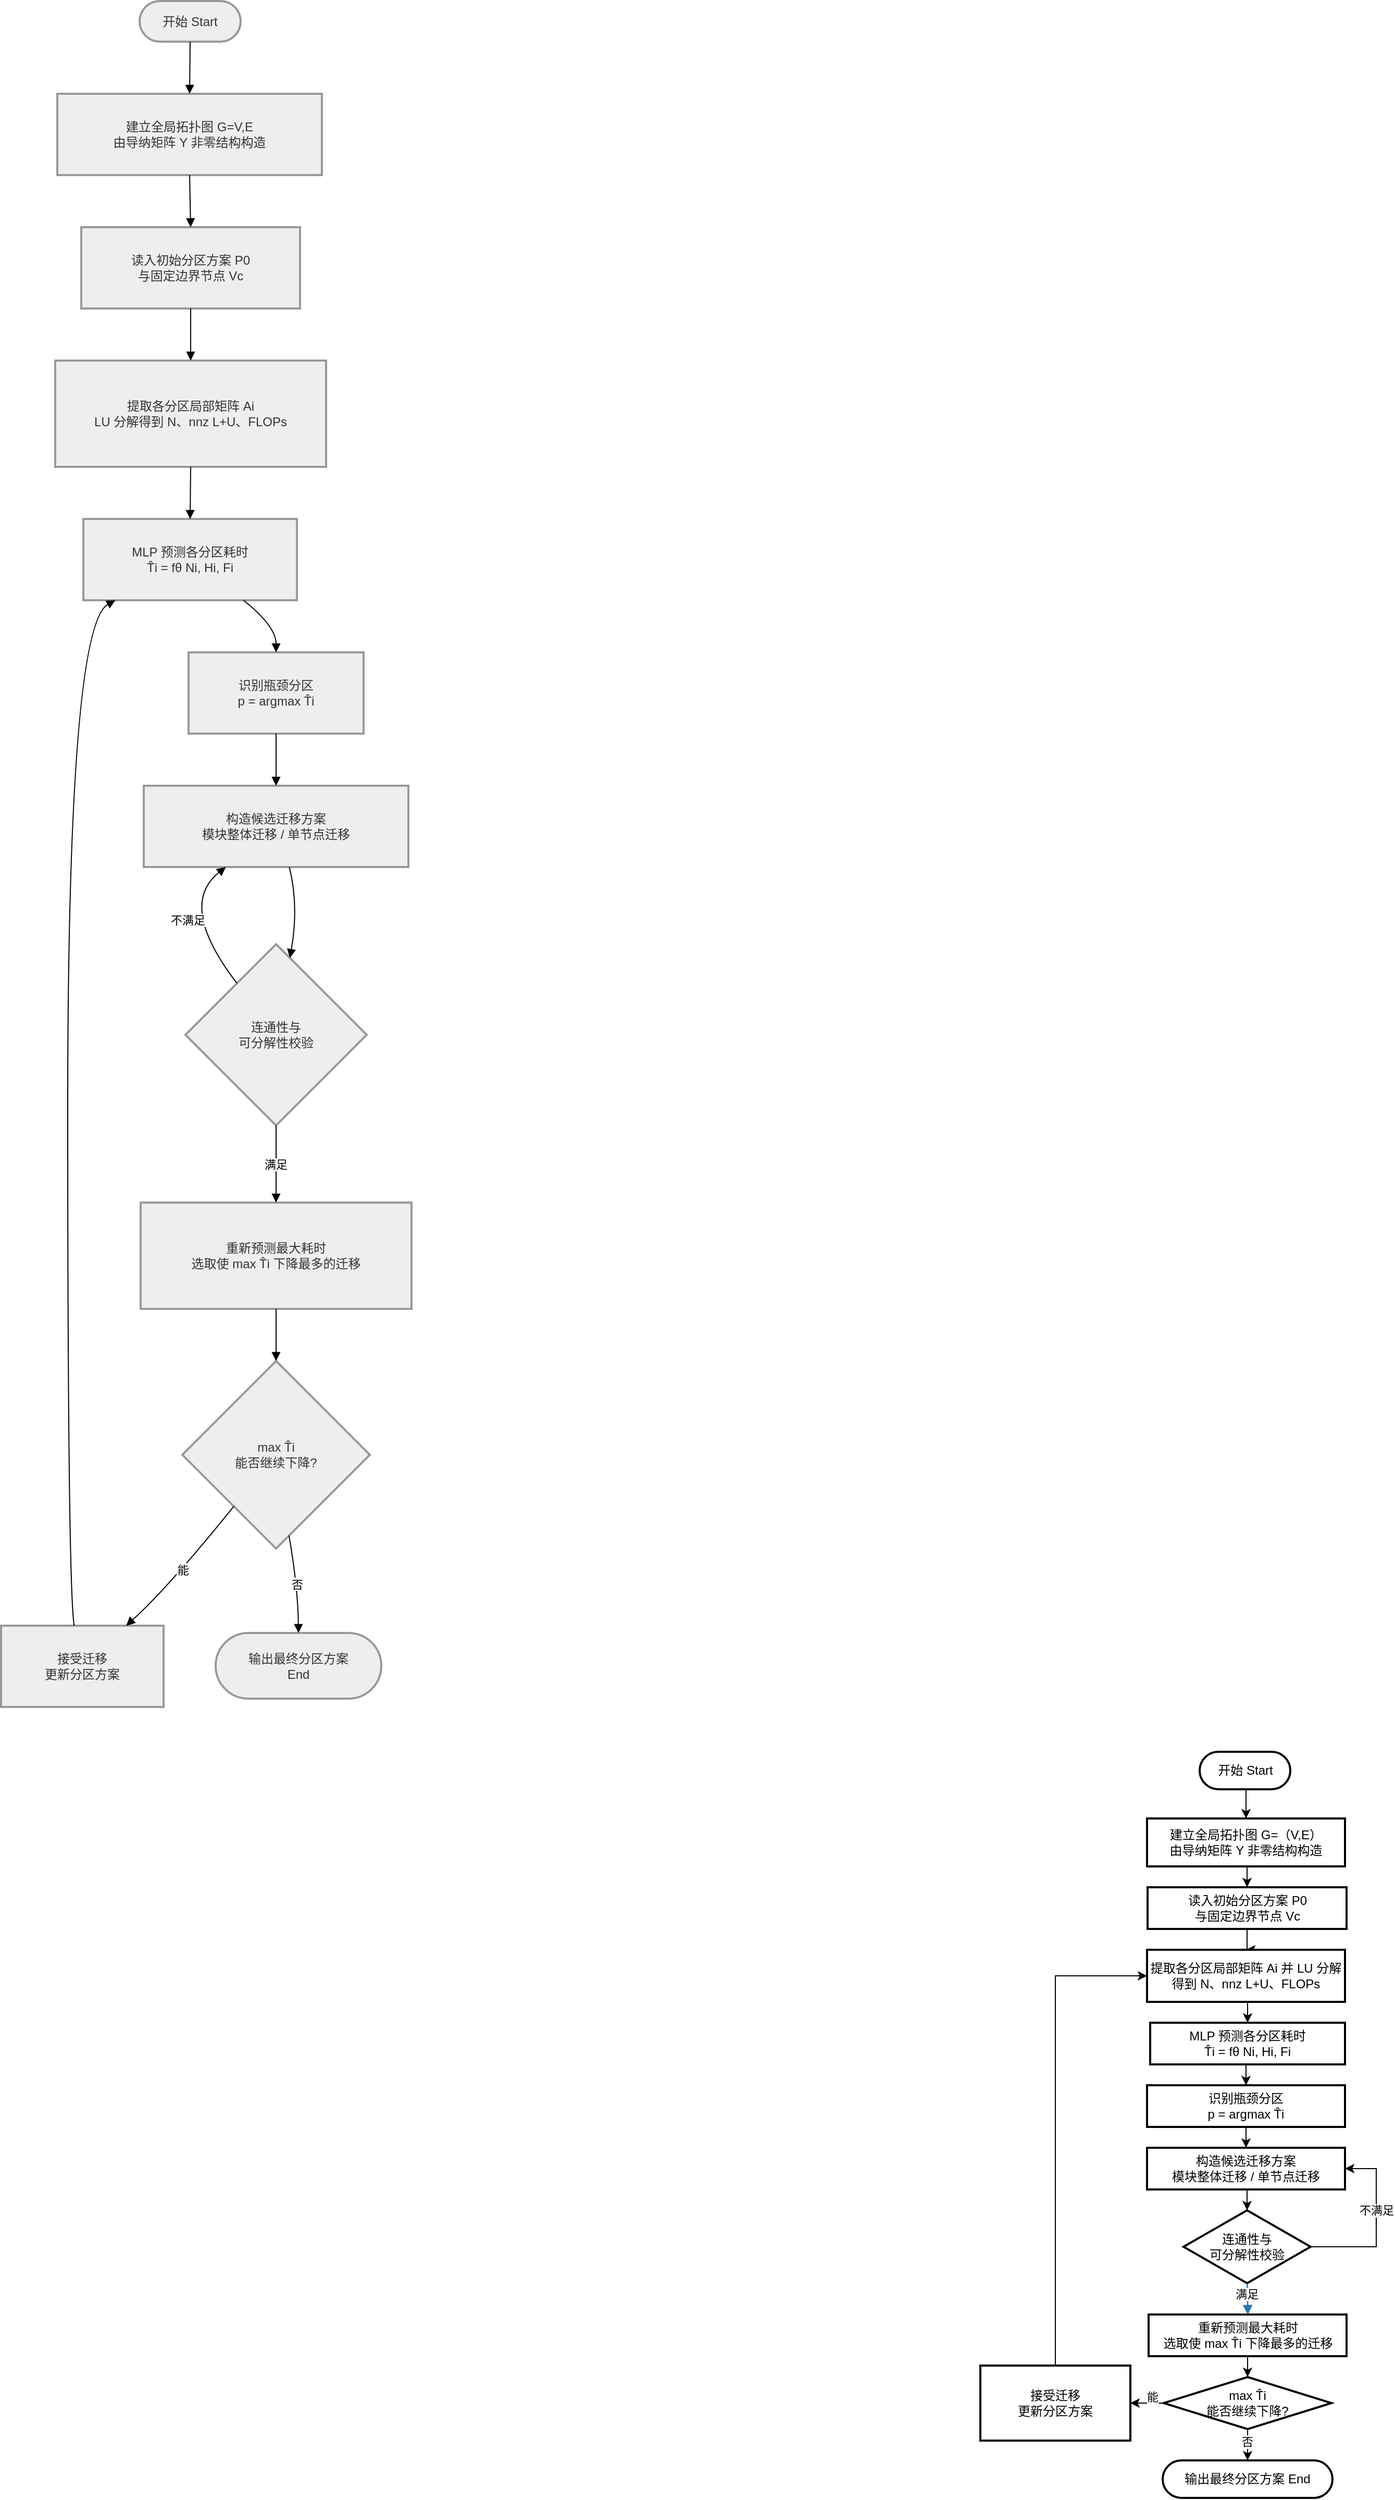
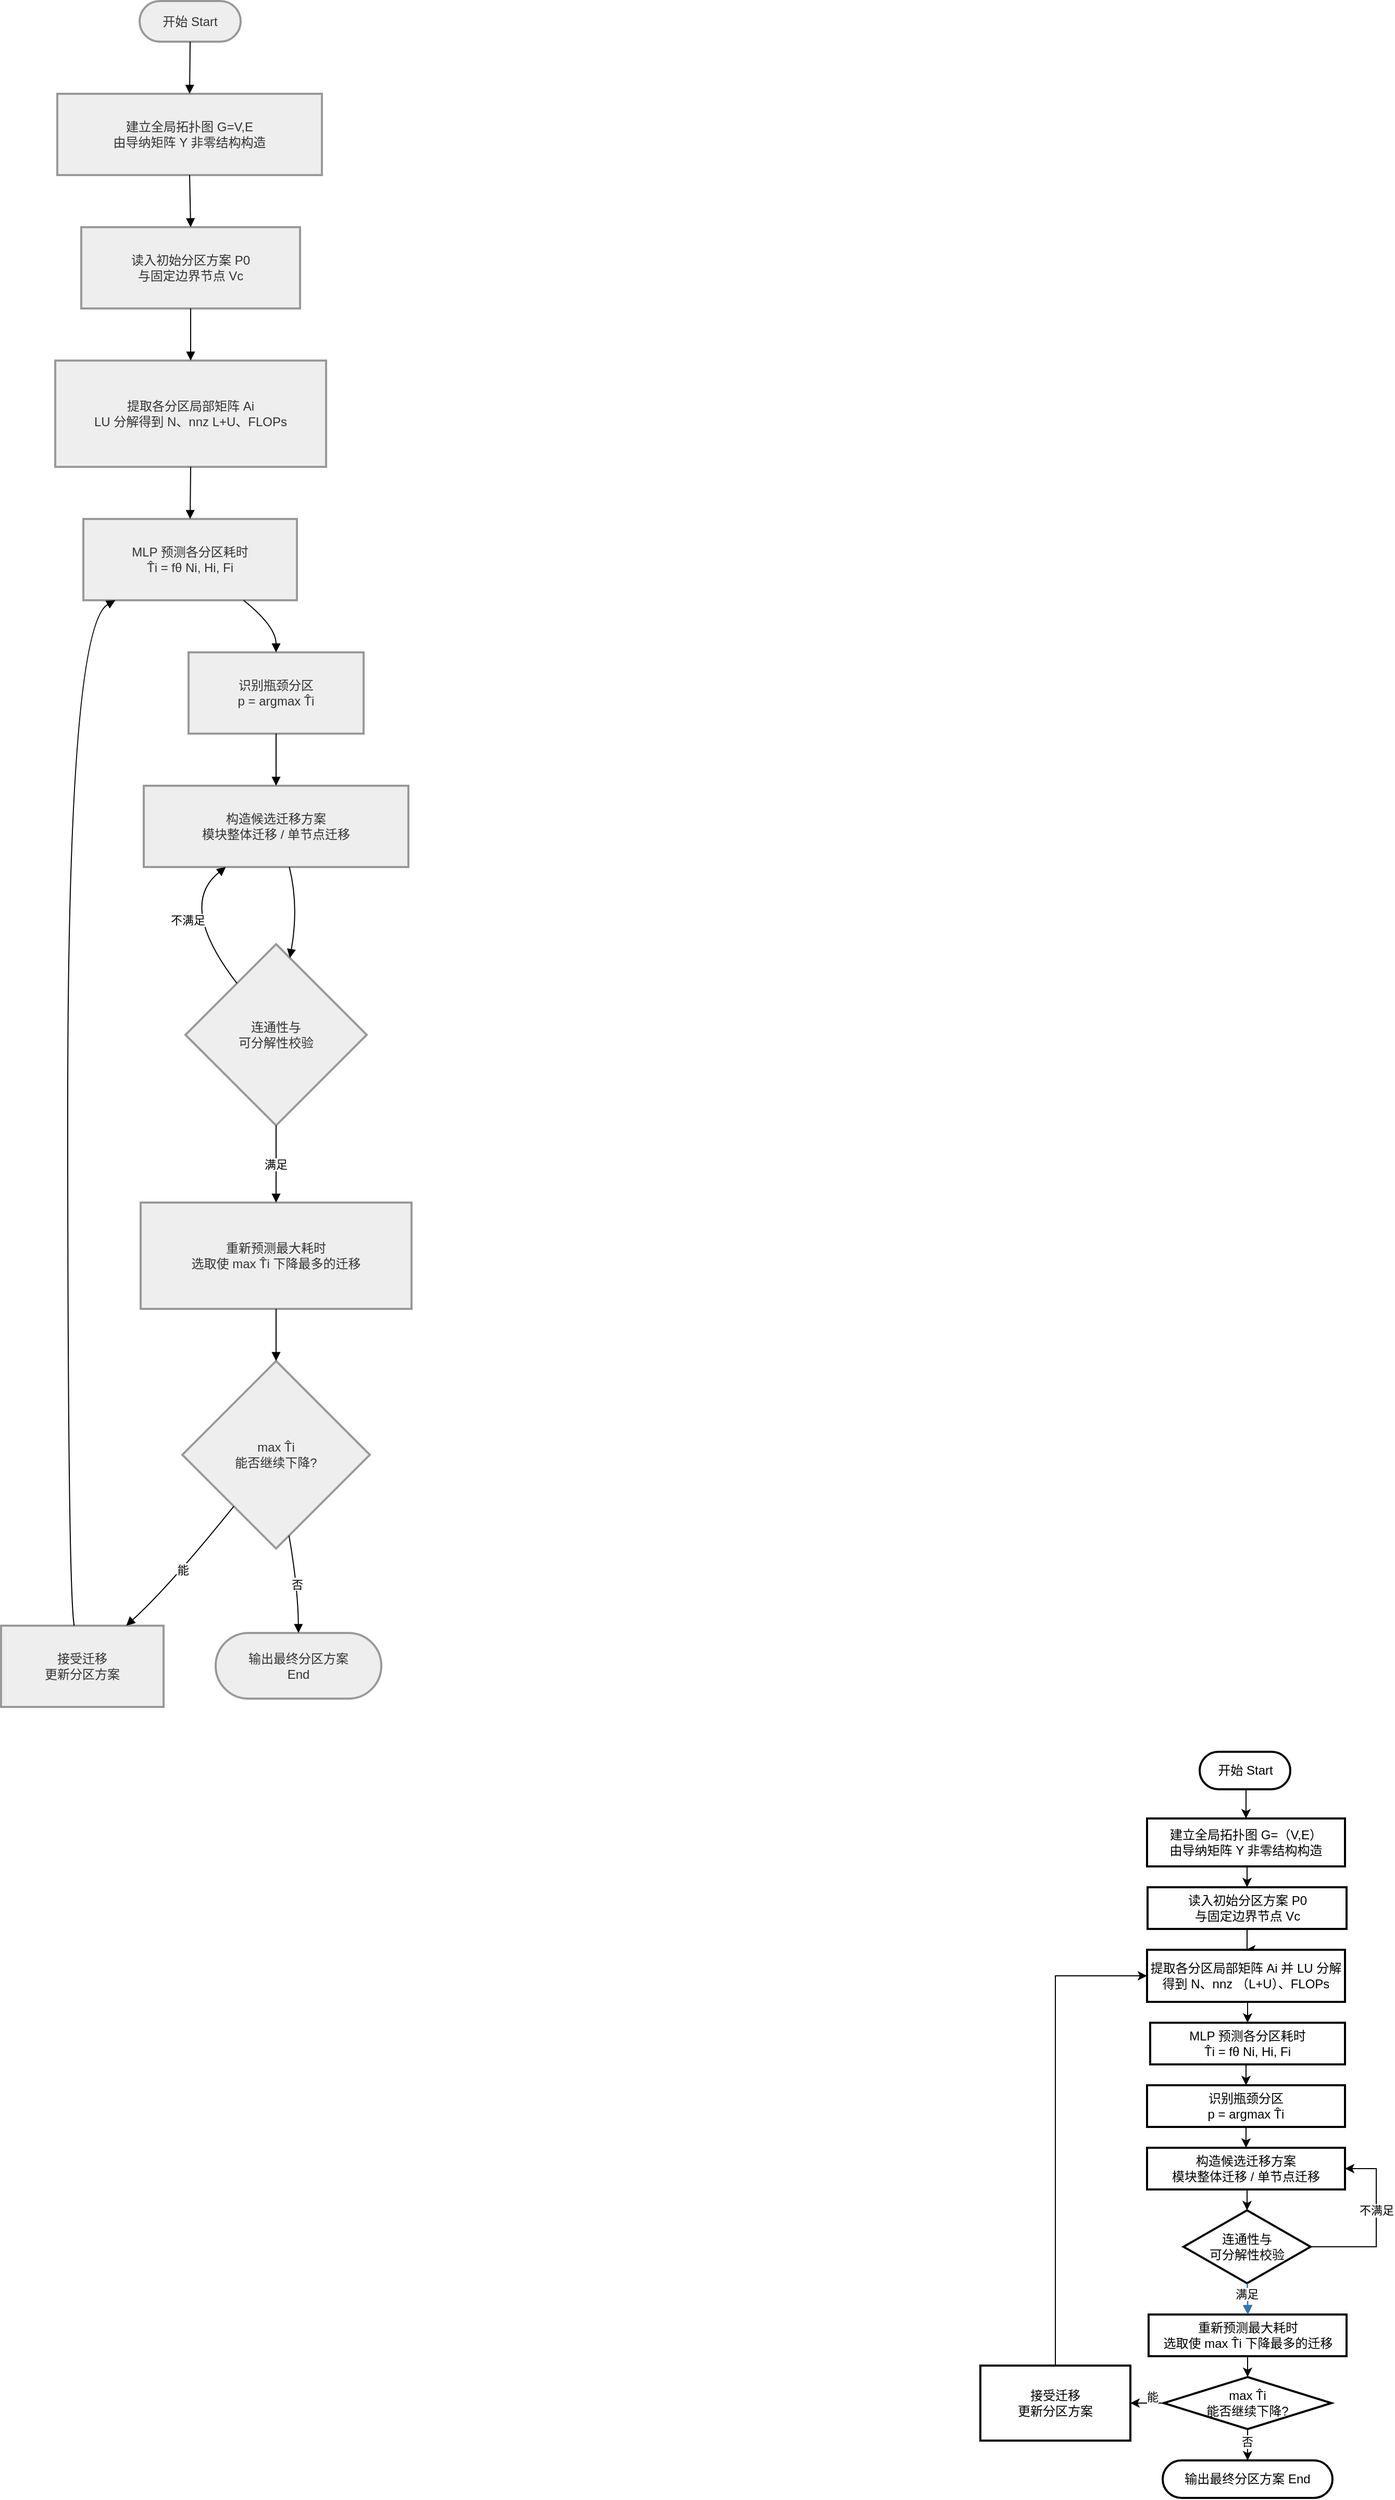
<mxfile host="app.diagrams.net">
  <diagram id="C5RBs43oDa-KdzZeNtuy" name="Page-1">
    <mxGraphModel dx="469" dy="249" grid="1" gridSize="10" guides="1" tooltips="1" connect="1" arrows="1" fold="1" page="0" pageScale="1" pageWidth="827" pageHeight="1169" math="0" shadow="0">
      <root>
        <mxCell id="WIyWlLk6GJQsqaUBKTNV-0" />
        <mxCell id="WIyWlLk6GJQsqaUBKTNV-1" parent="WIyWlLk6GJQsqaUBKTNV-0" />
        <mxCell id="Rnd2EKu7hbV3BZERFTsq-0" parent="WIyWlLk6GJQsqaUBKTNV-1" style="rounded=1;whiteSpace=wrap;arcSize=50;strokeWidth=2;fillColor=light-dark(#eeeeee,#1f2020);strokeColor=light-dark(#999999,#cccccc);fontColor=light-dark(#333333,#cccccc);" value="开始 Start" vertex="1">
          <mxGeometry height="39" width="97" x="153" y="20" as="geometry" />
        </mxCell>
        <mxCell id="Rnd2EKu7hbV3BZERFTsq-1" parent="WIyWlLk6GJQsqaUBKTNV-1" style="whiteSpace=wrap;strokeWidth=2;fillColor=light-dark(#eeeeee,#1f2020);strokeColor=light-dark(#999999,#cccccc);fontColor=light-dark(#333333,#cccccc);" value="建立全局拓扑图 G=V,E&#xa;由导纳矩阵 Y 非零结构构造" vertex="1">
          <mxGeometry height="78" width="254" x="74" y="109" as="geometry" />
        </mxCell>
        <mxCell id="Rnd2EKu7hbV3BZERFTsq-2" parent="WIyWlLk6GJQsqaUBKTNV-1" style="whiteSpace=wrap;strokeWidth=2;fillColor=light-dark(#eeeeee,#1f2020);strokeColor=light-dark(#999999,#cccccc);fontColor=light-dark(#333333,#cccccc);" value="读入初始分区方案 P0&#xa;与固定边界节点 Vc" vertex="1">
          <mxGeometry height="78" width="210" x="97" y="237" as="geometry" />
        </mxCell>
        <mxCell id="Rnd2EKu7hbV3BZERFTsq-3" parent="WIyWlLk6GJQsqaUBKTNV-1" style="whiteSpace=wrap;strokeWidth=2;fillColor=light-dark(#eeeeee,#1f2020);strokeColor=light-dark(#999999,#cccccc);fontColor=light-dark(#333333,#cccccc);" value="提取各分区局部矩阵 Ai&#xa;LU 分解得到 N、nnz L+U、FLOPs" vertex="1">
          <mxGeometry height="102" width="260" x="72" y="365" as="geometry" />
        </mxCell>
        <mxCell id="Rnd2EKu7hbV3BZERFTsq-4" parent="WIyWlLk6GJQsqaUBKTNV-1" style="whiteSpace=wrap;strokeWidth=2;fillColor=light-dark(#eeeeee,#1f2020);strokeColor=light-dark(#999999,#cccccc);fontColor=light-dark(#333333,#cccccc);" value="MLP 预测各分区耗时&#xa;T̂i = fθ Ni, Hi, Fi" vertex="1">
          <mxGeometry height="78" width="205" x="99" y="517" as="geometry" />
        </mxCell>
        <mxCell id="Rnd2EKu7hbV3BZERFTsq-5" parent="WIyWlLk6GJQsqaUBKTNV-1" style="whiteSpace=wrap;strokeWidth=2;fillColor=light-dark(#eeeeee,#1f2020);strokeColor=light-dark(#999999,#cccccc);fontColor=light-dark(#333333,#cccccc);" value="识别瓶颈分区&#xa;p = argmax T̂i" vertex="1">
          <mxGeometry height="78" width="168" x="200" y="645" as="geometry" />
        </mxCell>
        <mxCell id="Rnd2EKu7hbV3BZERFTsq-6" parent="WIyWlLk6GJQsqaUBKTNV-1" style="whiteSpace=wrap;strokeWidth=2;fillColor=light-dark(#eeeeee,#1f2020);strokeColor=light-dark(#999999,#cccccc);fontColor=light-dark(#333333,#cccccc);" value="构造候选迁移方案&#xa;模块整体迁移 / 单节点迁移" vertex="1">
          <mxGeometry height="78" width="254" x="157" y="773" as="geometry" />
        </mxCell>
        <mxCell id="Rnd2EKu7hbV3BZERFTsq-7" parent="WIyWlLk6GJQsqaUBKTNV-1" style="rhombus;strokeWidth=2;whiteSpace=wrap;fillColor=light-dark(#eeeeee,#1f2020);strokeColor=light-dark(#999999,#cccccc);fontColor=light-dark(#333333,#cccccc);" value="连通性与&#xa;可分解性校验" vertex="1">
          <mxGeometry height="174" width="174" x="197" y="925" as="geometry" />
        </mxCell>
        <mxCell id="Rnd2EKu7hbV3BZERFTsq-8" parent="WIyWlLk6GJQsqaUBKTNV-1" style="whiteSpace=wrap;strokeWidth=2;fillColor=light-dark(#eeeeee,#1f2020);strokeColor=light-dark(#999999,#cccccc);fontColor=light-dark(#333333,#cccccc);" value="重新预测最大耗时&#xa;选取使 max T̂i 下降最多的迁移" vertex="1">
          <mxGeometry height="102" width="260" x="154" y="1173" as="geometry" />
        </mxCell>
        <mxCell id="Rnd2EKu7hbV3BZERFTsq-9" parent="WIyWlLk6GJQsqaUBKTNV-1" style="rhombus;strokeWidth=2;whiteSpace=wrap;fillColor=light-dark(#eeeeee,#1f2020);strokeColor=light-dark(#999999,#cccccc);fontColor=light-dark(#333333,#cccccc);" value="max T̂i&#xa;能否继续下降?" vertex="1">
          <mxGeometry height="180" width="180" x="194" y="1325" as="geometry" />
        </mxCell>
        <mxCell id="Rnd2EKu7hbV3BZERFTsq-10" parent="WIyWlLk6GJQsqaUBKTNV-1" style="whiteSpace=wrap;strokeWidth=2;fillColor=light-dark(#eeeeee,#1f2020);strokeColor=light-dark(#999999,#cccccc);fontColor=light-dark(#333333,#cccccc);" value="接受迁移&#xa;更新分区方案" vertex="1">
          <mxGeometry height="78" width="156" x="20" y="1579" as="geometry" />
        </mxCell>
        <mxCell id="Rnd2EKu7hbV3BZERFTsq-11" parent="WIyWlLk6GJQsqaUBKTNV-1" style="rounded=1;whiteSpace=wrap;arcSize=50;strokeWidth=2;fillColor=light-dark(#eeeeee,#1f2020);strokeColor=light-dark(#999999,#cccccc);fontColor=light-dark(#333333,#cccccc);" value="输出最终分区方案&#xa;End" vertex="1">
          <mxGeometry height="63" width="159" x="226" y="1586" as="geometry" />
        </mxCell>
        <mxCell id="Rnd2EKu7hbV3BZERFTsq-12" edge="1" parent="WIyWlLk6GJQsqaUBKTNV-1" source="Rnd2EKu7hbV3BZERFTsq-0" style="curved=1;startArrow=none;endArrow=block;exitX=0.5;exitY=1;entryX=0.5;entryY=0;rounded=0;" target="Rnd2EKu7hbV3BZERFTsq-1" value="">
          <mxGeometry relative="1" as="geometry">
            <Array as="points" />
          </mxGeometry>
        </mxCell>
        <mxCell id="Rnd2EKu7hbV3BZERFTsq-13" edge="1" parent="WIyWlLk6GJQsqaUBKTNV-1" source="Rnd2EKu7hbV3BZERFTsq-1" style="curved=1;startArrow=none;endArrow=block;exitX=0.5;exitY=1;entryX=0.5;entryY=0;rounded=0;" target="Rnd2EKu7hbV3BZERFTsq-2" value="">
          <mxGeometry relative="1" as="geometry">
            <Array as="points" />
          </mxGeometry>
        </mxCell>
        <mxCell id="Rnd2EKu7hbV3BZERFTsq-14" edge="1" parent="WIyWlLk6GJQsqaUBKTNV-1" source="Rnd2EKu7hbV3BZERFTsq-2" style="curved=1;startArrow=none;endArrow=block;exitX=0.5;exitY=1;entryX=0.5;entryY=0;rounded=0;" target="Rnd2EKu7hbV3BZERFTsq-3" value="">
          <mxGeometry relative="1" as="geometry">
            <Array as="points" />
          </mxGeometry>
        </mxCell>
        <mxCell id="Rnd2EKu7hbV3BZERFTsq-15" edge="1" parent="WIyWlLk6GJQsqaUBKTNV-1" source="Rnd2EKu7hbV3BZERFTsq-3" style="curved=1;startArrow=none;endArrow=block;exitX=0.5;exitY=1;entryX=0.5;entryY=0;rounded=0;" target="Rnd2EKu7hbV3BZERFTsq-4" value="">
          <mxGeometry relative="1" as="geometry">
            <Array as="points" />
          </mxGeometry>
        </mxCell>
        <mxCell id="Rnd2EKu7hbV3BZERFTsq-16" edge="1" parent="WIyWlLk6GJQsqaUBKTNV-1" source="Rnd2EKu7hbV3BZERFTsq-4" style="curved=1;startArrow=none;endArrow=block;exitX=0.75;exitY=1;entryX=0.5;entryY=0;rounded=0;" target="Rnd2EKu7hbV3BZERFTsq-5" value="">
          <mxGeometry relative="1" as="geometry">
            <Array as="points">
              <mxPoint x="284" y="620" />
            </Array>
          </mxGeometry>
        </mxCell>
        <mxCell id="Rnd2EKu7hbV3BZERFTsq-17" edge="1" parent="WIyWlLk6GJQsqaUBKTNV-1" source="Rnd2EKu7hbV3BZERFTsq-5" style="curved=1;startArrow=none;endArrow=block;exitX=0.5;exitY=1;entryX=0.5;entryY=0;rounded=0;" target="Rnd2EKu7hbV3BZERFTsq-6" value="">
          <mxGeometry relative="1" as="geometry">
            <Array as="points" />
          </mxGeometry>
        </mxCell>
        <mxCell id="Rnd2EKu7hbV3BZERFTsq-18" edge="1" parent="WIyWlLk6GJQsqaUBKTNV-1" source="Rnd2EKu7hbV3BZERFTsq-6" style="curved=1;startArrow=none;endArrow=block;exitX=0.55;exitY=1;entryX=0.59;entryY=0;rounded=0;" target="Rnd2EKu7hbV3BZERFTsq-7" value="">
          <mxGeometry relative="1" as="geometry">
            <Array as="points">
              <mxPoint x="306" y="888" />
            </Array>
          </mxGeometry>
        </mxCell>
        <mxCell id="Rnd2EKu7hbV3BZERFTsq-19" edge="1" parent="WIyWlLk6GJQsqaUBKTNV-1" source="Rnd2EKu7hbV3BZERFTsq-7" style="curved=1;startArrow=none;endArrow=block;exitX=0.12;exitY=0;entryX=0.31;entryY=1;rounded=0;" target="Rnd2EKu7hbV3BZERFTsq-6" value="不满足">
          <mxGeometry relative="1" as="geometry">
            <Array as="points">
              <mxPoint x="189" y="888" />
            </Array>
          </mxGeometry>
        </mxCell>
        <mxCell id="Rnd2EKu7hbV3BZERFTsq-20" edge="1" parent="WIyWlLk6GJQsqaUBKTNV-1" source="Rnd2EKu7hbV3BZERFTsq-7" style="curved=1;startArrow=none;endArrow=block;exitX=0.5;exitY=1;entryX=0.5;entryY=0;rounded=0;" target="Rnd2EKu7hbV3BZERFTsq-8" value="满足">
          <mxGeometry relative="1" as="geometry">
            <Array as="points" />
          </mxGeometry>
        </mxCell>
        <mxCell id="Rnd2EKu7hbV3BZERFTsq-21" edge="1" parent="WIyWlLk6GJQsqaUBKTNV-1" source="Rnd2EKu7hbV3BZERFTsq-8" style="curved=1;startArrow=none;endArrow=block;exitX=0.5;exitY=1;entryX=0.5;entryY=0;rounded=0;" target="Rnd2EKu7hbV3BZERFTsq-9" value="">
          <mxGeometry relative="1" as="geometry">
            <Array as="points" />
          </mxGeometry>
        </mxCell>
        <mxCell id="Rnd2EKu7hbV3BZERFTsq-22" edge="1" parent="WIyWlLk6GJQsqaUBKTNV-1" source="Rnd2EKu7hbV3BZERFTsq-9" style="curved=1;startArrow=none;endArrow=block;exitX=0.09;exitY=1;entryX=0.77;entryY=0;rounded=0;" target="Rnd2EKu7hbV3BZERFTsq-10" value="能">
          <mxGeometry relative="1" as="geometry">
            <Array as="points">
              <mxPoint x="181" y="1542" />
            </Array>
          </mxGeometry>
        </mxCell>
        <mxCell id="Rnd2EKu7hbV3BZERFTsq-23" edge="1" parent="WIyWlLk6GJQsqaUBKTNV-1" source="Rnd2EKu7hbV3BZERFTsq-10" style="curved=1;startArrow=none;endArrow=block;exitX=0.45;exitY=0;entryX=0.15;entryY=1;rounded=0;" target="Rnd2EKu7hbV3BZERFTsq-4" value="">
          <mxGeometry relative="1" as="geometry">
            <Array as="points">
              <mxPoint x="84" y="1542" />
              <mxPoint x="84" y="620" />
            </Array>
          </mxGeometry>
        </mxCell>
        <mxCell id="Rnd2EKu7hbV3BZERFTsq-24" edge="1" parent="WIyWlLk6GJQsqaUBKTNV-1" source="Rnd2EKu7hbV3BZERFTsq-9" style="curved=1;startArrow=none;endArrow=block;exitX=0.58;exitY=1;entryX=0.5;entryY=0.01;rounded=0;" target="Rnd2EKu7hbV3BZERFTsq-11" value="否">
          <mxGeometry relative="1" as="geometry">
            <Array as="points">
              <mxPoint x="305" y="1542" />
            </Array>
          </mxGeometry>
        </mxCell>
        <mxCell id="Rnd2EKu7hbV3BZERFTsq-74" edge="1" parent="WIyWlLk6GJQsqaUBKTNV-1" source="Rnd2EKu7hbV3BZERFTsq-25" style="edgeStyle=orthogonalEdgeStyle;rounded=0;orthogonalLoop=1;jettySize=auto;html=1;exitX=0.5;exitY=1;exitDx=0;exitDy=0;entryX=0.5;entryY=0;entryDx=0;entryDy=0;" target="Rnd2EKu7hbV3BZERFTsq-26">
          <mxGeometry relative="1" as="geometry" />
        </mxCell>
        <mxCell id="Rnd2EKu7hbV3BZERFTsq-25" parent="WIyWlLk6GJQsqaUBKTNV-1" style="rounded=1;whiteSpace=wrap;arcSize=50;strokeWidth=2;fontFamily=Helvetica;" value="开始 Start" vertex="1">
          <mxGeometry height="36" width="87" x="1170.5" y="1700" as="geometry" />
        </mxCell>
        <mxCell id="Rnd2EKu7hbV3BZERFTsq-77" edge="1" parent="WIyWlLk6GJQsqaUBKTNV-1" source="Rnd2EKu7hbV3BZERFTsq-26" style="edgeStyle=orthogonalEdgeStyle;rounded=0;orthogonalLoop=1;jettySize=auto;html=1;exitX=0.5;exitY=1;exitDx=0;exitDy=0;entryX=0.5;entryY=0;entryDx=0;entryDy=0;" target="Rnd2EKu7hbV3BZERFTsq-27">
          <mxGeometry relative="1" as="geometry" />
        </mxCell>
        <mxCell id="Rnd2EKu7hbV3BZERFTsq-26" parent="WIyWlLk6GJQsqaUBKTNV-1" style="whiteSpace=wrap;strokeWidth=2;fontFamily=Helvetica;" value="建立全局拓扑图 G=（V,E）&#xa;由导纳矩阵 Y 非零结构构造" vertex="1">
          <mxGeometry height="46" width="190" x="1120" y="1764" as="geometry" />
        </mxCell>
        <mxCell id="Rnd2EKu7hbV3BZERFTsq-80" edge="1" parent="WIyWlLk6GJQsqaUBKTNV-1" source="Rnd2EKu7hbV3BZERFTsq-27" style="edgeStyle=orthogonalEdgeStyle;rounded=0;orthogonalLoop=1;jettySize=auto;html=1;entryX=0.5;entryY=0;entryDx=0;entryDy=0;" target="Rnd2EKu7hbV3BZERFTsq-28">
          <mxGeometry relative="1" as="geometry" />
        </mxCell>
        <mxCell id="Rnd2EKu7hbV3BZERFTsq-27" parent="WIyWlLk6GJQsqaUBKTNV-1" style="whiteSpace=wrap;strokeWidth=2;fontFamily=Helvetica;" value="读入初始分区方案 P0&#xa;与固定边界节点 Vc" vertex="1">
          <mxGeometry height="40" width="191" x="1120.5" y="1830" as="geometry" />
        </mxCell>
        <mxCell id="Rnd2EKu7hbV3BZERFTsq-81" edge="1" parent="WIyWlLk6GJQsqaUBKTNV-1" source="Rnd2EKu7hbV3BZERFTsq-28" style="edgeStyle=orthogonalEdgeStyle;rounded=0;orthogonalLoop=1;jettySize=auto;html=1;exitX=0.5;exitY=1;exitDx=0;exitDy=0;entryX=0.5;entryY=0;entryDx=0;entryDy=0;" target="Rnd2EKu7hbV3BZERFTsq-29">
          <mxGeometry relative="1" as="geometry" />
        </mxCell>
-         <mxCell id="Rnd2EKu7hbV3BZERFTsq-28" parent="WIyWlLk6GJQsqaUBKTNV-1" style="whiteSpace=wrap;strokeWidth=2;fontFamily=Helvetica;" value="提取各分区局部矩阵 Ai 并 LU 分解&#xa;得到 N、nnz L+U、FLOPs" vertex="1">
+         <mxCell id="Rnd2EKu7hbV3BZERFTsq-28" parent="WIyWlLk6GJQsqaUBKTNV-1" style="whiteSpace=wrap;strokeWidth=2;fontFamily=Helvetica;" value="提取各分区局部矩阵 Ai 并 LU 分解&#xa;得到 N、nnz （L+U）、FLOPs" vertex="1">
          <mxGeometry height="50" width="190" x="1120" y="1890" as="geometry" />
        </mxCell>
        <mxCell id="Rnd2EKu7hbV3BZERFTsq-53" edge="1" parent="WIyWlLk6GJQsqaUBKTNV-1" source="Rnd2EKu7hbV3BZERFTsq-29" style="edgeStyle=orthogonalEdgeStyle;rounded=0;orthogonalLoop=1;jettySize=auto;html=1;exitX=0.5;exitY=1;exitDx=0;exitDy=0;entryX=0.5;entryY=0;entryDx=0;entryDy=0;" target="Rnd2EKu7hbV3BZERFTsq-30">
          <mxGeometry relative="1" as="geometry" />
        </mxCell>
        <mxCell id="Rnd2EKu7hbV3BZERFTsq-29" parent="WIyWlLk6GJQsqaUBKTNV-1" style="whiteSpace=wrap;strokeWidth=2;fontFamily=Helvetica;" value="MLP 预测各分区耗时&#xa;T̂i = fθ Ni, Hi, Fi" vertex="1">
          <mxGeometry height="40" width="187" x="1123" y="1960" as="geometry" />
        </mxCell>
        <mxCell id="Rnd2EKu7hbV3BZERFTsq-60" edge="1" parent="WIyWlLk6GJQsqaUBKTNV-1" source="Rnd2EKu7hbV3BZERFTsq-30" style="edgeStyle=orthogonalEdgeStyle;rounded=0;orthogonalLoop=1;jettySize=auto;html=1;exitX=0.5;exitY=1;exitDx=0;exitDy=0;entryX=0.5;entryY=0;entryDx=0;entryDy=0;" target="Rnd2EKu7hbV3BZERFTsq-31">
          <mxGeometry relative="1" as="geometry" />
        </mxCell>
        <mxCell id="Rnd2EKu7hbV3BZERFTsq-30" parent="WIyWlLk6GJQsqaUBKTNV-1" style="whiteSpace=wrap;strokeWidth=2;fontFamily=Helvetica;" value="识别瓶颈分区&#xa;p = argmax T̂i" vertex="1">
          <mxGeometry height="40" width="190" x="1120" y="2020" as="geometry" />
        </mxCell>
        <mxCell id="Rnd2EKu7hbV3BZERFTsq-83" edge="1" parent="WIyWlLk6GJQsqaUBKTNV-1" source="Rnd2EKu7hbV3BZERFTsq-31" style="edgeStyle=orthogonalEdgeStyle;rounded=0;orthogonalLoop=1;jettySize=auto;html=1;exitX=0.5;exitY=1;exitDx=0;exitDy=0;entryX=0.5;entryY=0;entryDx=0;entryDy=0;" target="Rnd2EKu7hbV3BZERFTsq-32">
          <mxGeometry relative="1" as="geometry" />
        </mxCell>
        <mxCell id="Rnd2EKu7hbV3BZERFTsq-31" parent="WIyWlLk6GJQsqaUBKTNV-1" style="whiteSpace=wrap;strokeWidth=2;fontFamily=Helvetica;" value="构造候选迁移方案&#xa;模块整体迁移 / 单节点迁移" vertex="1">
          <mxGeometry height="40" width="190" x="1120" y="2080" as="geometry" />
        </mxCell>
        <mxCell id="Rnd2EKu7hbV3BZERFTsq-62" edge="1" parent="WIyWlLk6GJQsqaUBKTNV-1" source="Rnd2EKu7hbV3BZERFTsq-32" style="edgeStyle=orthogonalEdgeStyle;rounded=0;orthogonalLoop=1;jettySize=auto;html=1;exitX=1;exitY=0.5;exitDx=0;exitDy=0;entryX=1;entryY=0.5;entryDx=0;entryDy=0;" target="Rnd2EKu7hbV3BZERFTsq-31">
          <mxGeometry relative="1" as="geometry">
            <Array as="points">
              <mxPoint x="1340" y="2175" />
              <mxPoint x="1340" y="2100" />
            </Array>
          </mxGeometry>
        </mxCell>
        <mxCell id="Rnd2EKu7hbV3BZERFTsq-63" connectable="0" parent="Rnd2EKu7hbV3BZERFTsq-62" style="edgeLabel;html=1;align=center;verticalAlign=middle;resizable=0;points=[];" value="不满足" vertex="1">
          <mxGeometry relative="1" x="0.1893" y="-3" as="geometry">
            <mxPoint x="-3" y="2" as="offset" />
          </mxGeometry>
        </mxCell>
        <mxCell id="Rnd2EKu7hbV3BZERFTsq-32" parent="WIyWlLk6GJQsqaUBKTNV-1" style="rhombus;strokeWidth=2;whiteSpace=wrap;fontFamily=Helvetica;" value="连通性与&#xa;可分解性校验" vertex="1">
          <mxGeometry height="70" width="122" x="1155" y="2140" as="geometry" />
        </mxCell>
        <mxCell id="Rnd2EKu7hbV3BZERFTsq-85" edge="1" parent="WIyWlLk6GJQsqaUBKTNV-1" source="Rnd2EKu7hbV3BZERFTsq-33" style="edgeStyle=orthogonalEdgeStyle;rounded=0;orthogonalLoop=1;jettySize=auto;html=1;exitX=0.5;exitY=1;exitDx=0;exitDy=0;entryX=0.5;entryY=0;entryDx=0;entryDy=0;" target="Rnd2EKu7hbV3BZERFTsq-34">
          <mxGeometry relative="1" as="geometry" />
        </mxCell>
        <mxCell id="Rnd2EKu7hbV3BZERFTsq-33" parent="WIyWlLk6GJQsqaUBKTNV-1" style="whiteSpace=wrap;strokeWidth=2;fontFamily=Helvetica;" value="重新预测最大耗时&#xa;选取使 max T̂i 下降最多的迁移" vertex="1">
          <mxGeometry height="40" width="190" x="1121.5" y="2240" as="geometry" />
        </mxCell>
        <mxCell id="Rnd2EKu7hbV3BZERFTsq-57" edge="1" parent="WIyWlLk6GJQsqaUBKTNV-1" source="Rnd2EKu7hbV3BZERFTsq-34" style="edgeStyle=orthogonalEdgeStyle;rounded=0;orthogonalLoop=1;jettySize=auto;html=1;exitX=0.5;exitY=1;exitDx=0;exitDy=0;" target="Rnd2EKu7hbV3BZERFTsq-36">
          <mxGeometry relative="1" as="geometry" />
        </mxCell>
        <mxCell id="Rnd2EKu7hbV3BZERFTsq-65" connectable="0" parent="Rnd2EKu7hbV3BZERFTsq-57" style="edgeLabel;html=1;align=center;verticalAlign=middle;resizable=0;points=[];" value="否" vertex="1">
          <mxGeometry relative="1" x="-0.5098" y="-1" as="geometry">
            <mxPoint y="-1" as="offset" />
          </mxGeometry>
        </mxCell>
        <mxCell id="Rnd2EKu7hbV3BZERFTsq-66" edge="1" parent="WIyWlLk6GJQsqaUBKTNV-1" source="Rnd2EKu7hbV3BZERFTsq-34" style="edgeStyle=orthogonalEdgeStyle;rounded=0;orthogonalLoop=1;jettySize=auto;html=1;exitX=0;exitY=0.5;exitDx=0;exitDy=0;entryX=1;entryY=0.5;entryDx=0;entryDy=0;" target="Rnd2EKu7hbV3BZERFTsq-35">
          <mxGeometry relative="1" as="geometry" />
        </mxCell>
        <mxCell id="Rnd2EKu7hbV3BZERFTsq-67" connectable="0" parent="Rnd2EKu7hbV3BZERFTsq-66" style="edgeLabel;html=1;align=center;verticalAlign=middle;resizable=0;points=[];" value="能" vertex="1">
          <mxGeometry relative="1" x="0.0617" y="-6" as="geometry">
            <mxPoint x="6" as="offset" />
          </mxGeometry>
        </mxCell>
        <mxCell id="Rnd2EKu7hbV3BZERFTsq-34" parent="WIyWlLk6GJQsqaUBKTNV-1" style="rhombus;strokeWidth=2;whiteSpace=wrap;fontFamily=Helvetica;" value="max T̂i&#xa;能否继续下降?" vertex="1">
          <mxGeometry height="50" width="161" x="1136" y="2300" as="geometry" />
        </mxCell>
        <mxCell id="Rnd2EKu7hbV3BZERFTsq-70" edge="1" parent="WIyWlLk6GJQsqaUBKTNV-1" source="Rnd2EKu7hbV3BZERFTsq-35" style="edgeStyle=orthogonalEdgeStyle;rounded=0;orthogonalLoop=1;jettySize=auto;html=1;exitX=0.5;exitY=0;exitDx=0;exitDy=0;entryX=0;entryY=0.5;entryDx=0;entryDy=0;" target="Rnd2EKu7hbV3BZERFTsq-28">
          <mxGeometry relative="1" as="geometry" />
        </mxCell>
        <mxCell id="Rnd2EKu7hbV3BZERFTsq-35" parent="WIyWlLk6GJQsqaUBKTNV-1" style="whiteSpace=wrap;strokeWidth=2;fontFamily=Helvetica;" value="接受迁移&#xa;更新分区方案" vertex="1">
          <mxGeometry height="72" width="144" x="960" y="2289" as="geometry" />
        </mxCell>
        <mxCell id="Rnd2EKu7hbV3BZERFTsq-36" parent="WIyWlLk6GJQsqaUBKTNV-1" style="rounded=1;whiteSpace=wrap;arcSize=50;strokeWidth=2;fontFamily=Helvetica;" value="输出最终分区方案 End" vertex="1">
          <mxGeometry height="36" width="163" x="1135" y="2380" as="geometry" />
        </mxCell>
        <mxCell id="Rnd2EKu7hbV3BZERFTsq-45" edge="1" parent="WIyWlLk6GJQsqaUBKTNV-1" source="Rnd2EKu7hbV3BZERFTsq-32" style="curved=1;startArrow=none;endArrow=block;strokeColor=#2E75B6;strokeWidth=1.3;;exitX=0.5;exitY=1;entryX=0.5;entryY=0;rounded=0;fontFamily=Helvetica;" target="Rnd2EKu7hbV3BZERFTsq-33" value="满足">
          <mxGeometry relative="1" x="-0.3335" as="geometry">
            <mxPoint as="offset" />
            <Array as="points" />
          </mxGeometry>
        </mxCell>
        <mxCell id="Rnd2EKu7hbV3BZERFTsq-69" edge="1" parent="WIyWlLk6GJQsqaUBKTNV-1" source="Rnd2EKu7hbV3BZERFTsq-32" style="edgeStyle=orthogonalEdgeStyle;rounded=0;orthogonalLoop=1;jettySize=auto;html=1;exitX=0.5;exitY=1;exitDx=0;exitDy=0;" target="Rnd2EKu7hbV3BZERFTsq-32">
          <mxGeometry relative="1" as="geometry" />
        </mxCell>
      </root>
    </mxGraphModel>
  </diagram>
</mxfile>
